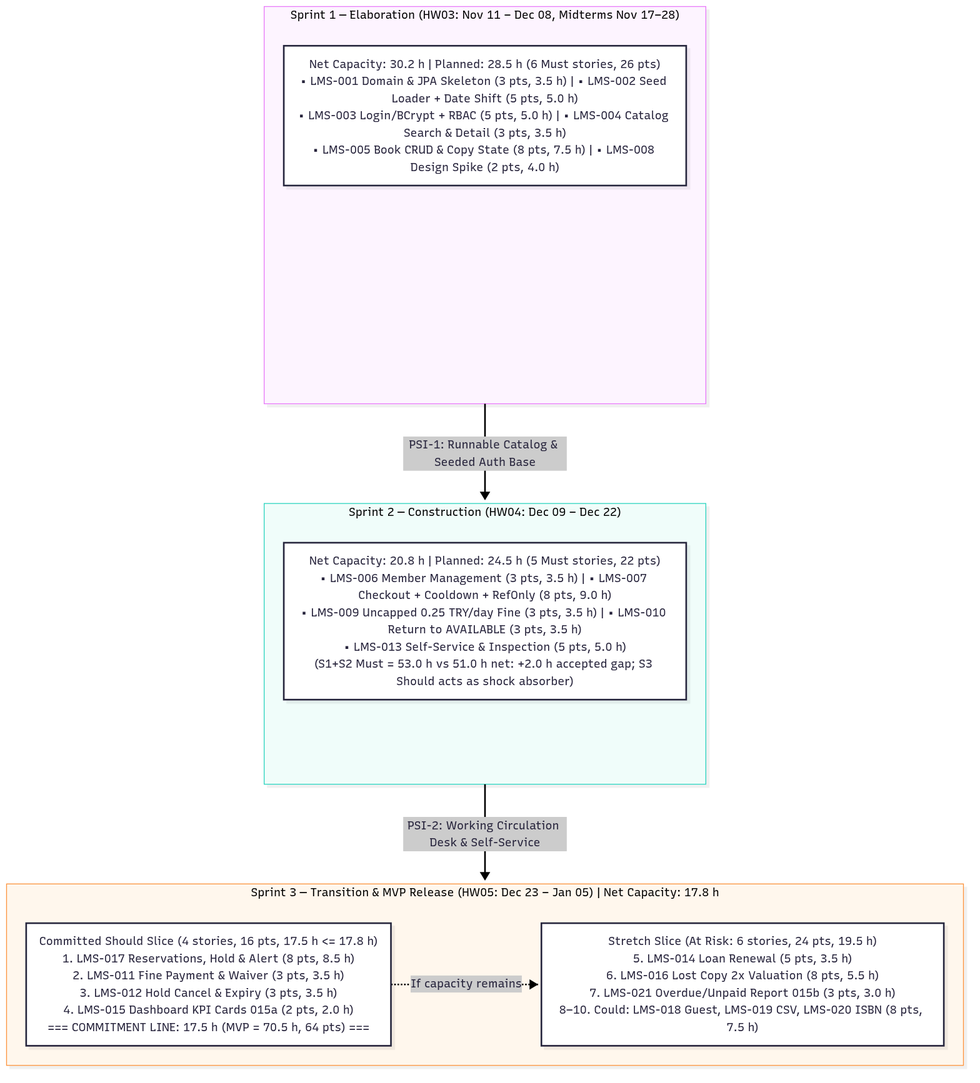
The Mermaid diagram docs/02-inception/images/sprint-roadmap.png in ibrahimtemur/cse305-library-management-system, before a commit. Its source is kept beside it as docs/02-inception/images/sprint-roadmap.mmd. Source of this version:
```mermaid
%%{init: {'flowchart': {'wrappingWidth': 460, 'nodeSpacing': 20, 'rankSpacing': 32}}}%%
flowchart TB
    subgraph S1["Sprint 1 — Elaboration (HW03: Nov 11 – Dec 08, Midterms Nov 17–28)"]
        S1_M["Net Capacity: 30.2 h | Planned: 28.5 h (6 Must stories, 26 pts)<br/>• LMS-001 Domain & JPA Skeleton (3 pts, 3.5 h) | • LMS-002 Seed Loader + Date Shift (5 pts, 5.0 h)<br/>• LMS-003 Login/BCrypt + RBAC (5 pts, 5.0 h) | • LMS-004 Catalog Search & Detail (3 pts, 3.5 h)<br/>• LMS-005 Book CRUD & Copy State (8 pts, 7.5 h) | • LMS-008 Design Spike (2 pts, 4.0 h)"]
    end

    subgraph S2["Sprint 2 — Construction (HW04: Dec 09 – Dec 22)"]
        S2_M["Net Capacity: 20.8 h | Planned: 24.5 h (5 Must stories, 22 pts)<br/>• LMS-006 Member Management (3 pts, 3.5 h) | • LMS-007 Checkout + Cooldown + RefOnly (8 pts, 9.0 h)<br/>• LMS-009 Uncapped 0.25 TRY/day Fine (3 pts, 3.5 h) | • LMS-010 Return to AVAILABLE (3 pts, 3.5 h)<br/>• LMS-013 Self-Service & Inspection (5 pts, 5.0 h)<br/>(S1+S2 Must = 53.0 h vs 51.0 h net: +2.0 h accepted gap; S3 Should acts as shock absorber)"]
    end

    subgraph S3["Sprint 3 — Transition & MVP Release (HW05: Dec 23 – Jan 05) | Net Capacity: 17.8 h"]
        direction LR
        S3_C["Committed Should Slice (4 stories, 16 pts, 17.5 h <= 17.8 h)<br/>1. LMS-017 Reservations, Hold & Alert (8 pts, 8.5 h)<br/>2. LMS-011 Fine Payment & Waiver (3 pts, 3.5 h)<br/>3. LMS-012 Hold Cancel & Expiry (3 pts, 3.5 h)<br/>4. LMS-015 Dashboard KPI Cards 015a (2 pts, 2.0 h)<br/>=== COMMITMENT LINE: 17.5 h (MVP = 70.5 h, 64 pts) ==="]
        S3_S["Stretch Slice (At Risk: 6 stories, 24 pts, 19.5 h)<br/>5. LMS-014 Loan Renewal (5 pts, 3.5 h)<br/>6. LMS-016 Lost Copy 2x Valuation (8 pts, 5.5 h)<br/>7. LMS-021 Overdue/Unpaid Report 015b (3 pts, 3.0 h)<br/>8–10. Could: LMS-018 Guest, LMS-019 CSV, LMS-020 ISBN (8 pts, 7.5 h)"]
        S3_C -.->|"If capacity remains"| S3_S
    end

    S1 -->|"PSI-1: Runnable Catalog & Seeded Auth Base"| S2
    S2 -->|"PSI-2: Working Circulation Desk & Self-Service"| S3
```
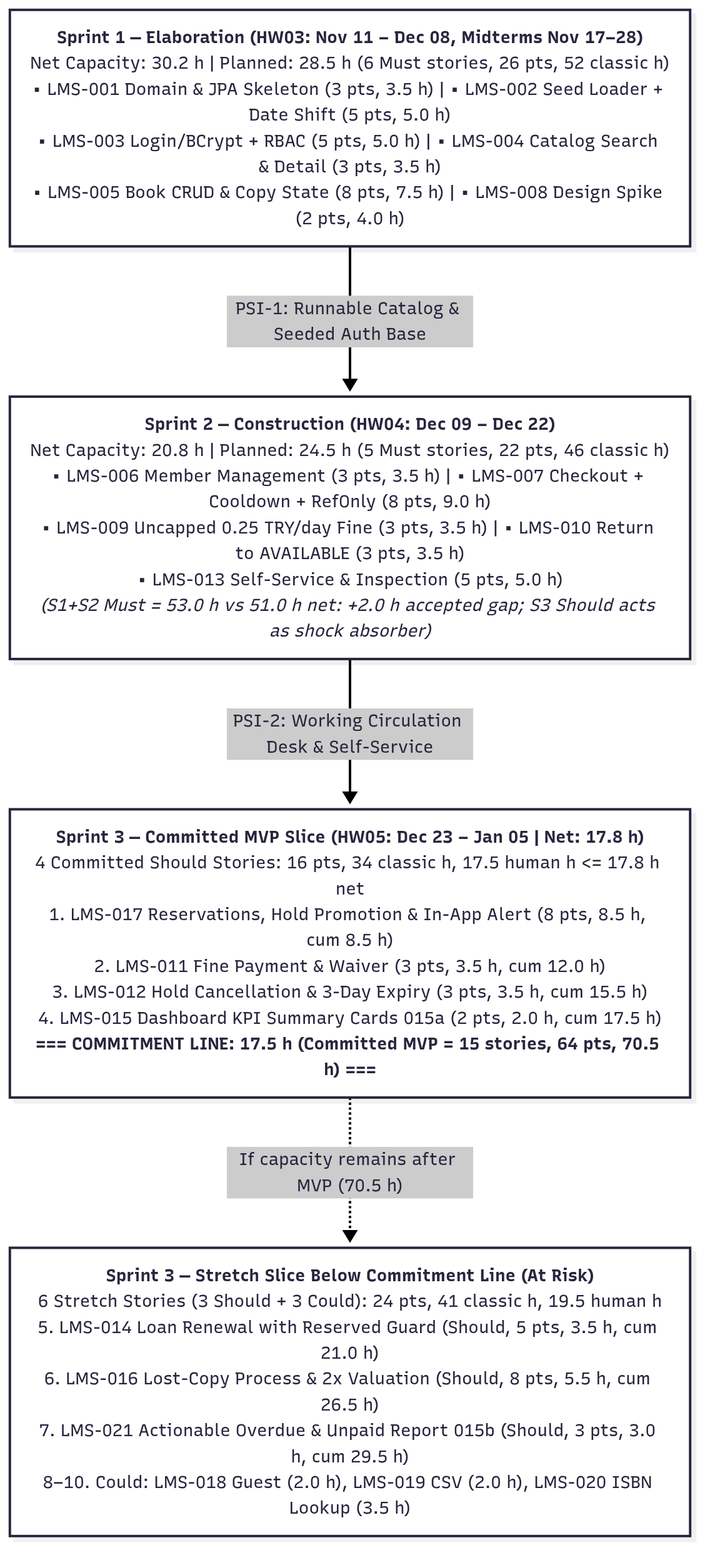
The same diagram one commit later.

Change to the diagram source:
```diff
@@ -1,19 +1,13 @@
-%%{init: {'flowchart': {'wrappingWidth': 460, 'nodeSpacing': 20, 'rankSpacing': 32}}}%%
+%%{init: {'flowchart': {'wrappingWidth': 520, 'nodeSpacing': 24, 'rankSpacing': 36}}}%%
 flowchart TB
-    subgraph S1["Sprint 1 — Elaboration (HW03: Nov 11 – Dec 08, Midterms Nov 17–28)"]
-        S1_M["Net Capacity: 30.2 h | Planned: 28.5 h (6 Must stories, 26 pts)<br/>• LMS-001 Domain & JPA Skeleton (3 pts, 3.5 h) | • LMS-002 Seed Loader + Date Shift (5 pts, 5.0 h)<br/>• LMS-003 Login/BCrypt + RBAC (5 pts, 5.0 h) | • LMS-004 Catalog Search & Detail (3 pts, 3.5 h)<br/>• LMS-005 Book CRUD & Copy State (8 pts, 7.5 h) | • LMS-008 Design Spike (2 pts, 4.0 h)"]
-    end
+    S1["<b>Sprint 1 — Elaboration (HW03: Nov 11 – Dec 08, Midterms Nov 17–28)</b><br/>Net Capacity: 30.2 h | Planned: 28.5 h (6 Must stories, 26 pts, 52 classic h)<br/>• LMS-001 Domain & JPA Skeleton (3 pts, 3.5 h) | • LMS-002 Seed Loader + Date Shift (5 pts, 5.0 h)<br/>• LMS-003 Login/BCrypt + RBAC (5 pts, 5.0 h) | • LMS-004 Catalog Search & Detail (3 pts, 3.5 h)<br/>• LMS-005 Book CRUD & Copy State (8 pts, 7.5 h) | • LMS-008 Design Spike (2 pts, 4.0 h)"]
 
-    subgraph S2["Sprint 2 — Construction (HW04: Dec 09 – Dec 22)"]
-        S2_M["Net Capacity: 20.8 h | Planned: 24.5 h (5 Must stories, 22 pts)<br/>• LMS-006 Member Management (3 pts, 3.5 h) | • LMS-007 Checkout + Cooldown + RefOnly (8 pts, 9.0 h)<br/>• LMS-009 Uncapped 0.25 TRY/day Fine (3 pts, 3.5 h) | • LMS-010 Return to AVAILABLE (3 pts, 3.5 h)<br/>• LMS-013 Self-Service & Inspection (5 pts, 5.0 h)<br/>(S1+S2 Must = 53.0 h vs 51.0 h net: +2.0 h accepted gap; S3 Should acts as shock absorber)"]
-    end
+    S2["<b>Sprint 2 — Construction (HW04: Dec 09 – Dec 22)</b><br/>Net Capacity: 20.8 h | Planned: 24.5 h (5 Must stories, 22 pts, 46 classic h)<br/>• LMS-006 Member Management (3 pts, 3.5 h) | • LMS-007 Checkout + Cooldown + RefOnly (8 pts, 9.0 h)<br/>• LMS-009 Uncapped 0.25 TRY/day Fine (3 pts, 3.5 h) | • LMS-010 Return to AVAILABLE (3 pts, 3.5 h)<br/>• LMS-013 Self-Service & Inspection (5 pts, 5.0 h)<br/><i>(S1+S2 Must = 53.0 h vs 51.0 h net: +2.0 h accepted gap; S3 Should acts as shock absorber)</i>"]
 
-    subgraph S3["Sprint 3 — Transition & MVP Release (HW05: Dec 23 – Jan 05) | Net Capacity: 17.8 h"]
-        direction LR
-        S3_C["Committed Should Slice (4 stories, 16 pts, 17.5 h <= 17.8 h)<br/>1. LMS-017 Reservations, Hold & Alert (8 pts, 8.5 h)<br/>2. LMS-011 Fine Payment & Waiver (3 pts, 3.5 h)<br/>3. LMS-012 Hold Cancel & Expiry (3 pts, 3.5 h)<br/>4. LMS-015 Dashboard KPI Cards 015a (2 pts, 2.0 h)<br/>=== COMMITMENT LINE: 17.5 h (MVP = 70.5 h, 64 pts) ==="]
-        S3_S["Stretch Slice (At Risk: 6 stories, 24 pts, 19.5 h)<br/>5. LMS-014 Loan Renewal (5 pts, 3.5 h)<br/>6. LMS-016 Lost Copy 2x Valuation (8 pts, 5.5 h)<br/>7. LMS-021 Overdue/Unpaid Report 015b (3 pts, 3.0 h)<br/>8–10. Could: LMS-018 Guest, LMS-019 CSV, LMS-020 ISBN (8 pts, 7.5 h)"]
-        S3_C -.->|"If capacity remains"| S3_S
-    end
+    S3_C["<b>Sprint 3 — Committed MVP Slice (HW05: Dec 23 – Jan 05 | Net: 17.8 h)</b><br/>4 Committed Should Stories: 16 pts, 34 classic h, 17.5 human h &lt;= 17.8 h net<br/>1. LMS-017 Reservations, Hold Promotion &amp; In-App Alert (8 pts, 8.5 h, cum 8.5 h)<br/>2. LMS-011 Fine Payment &amp; Waiver (3 pts, 3.5 h, cum 12.0 h)<br/>3. LMS-012 Hold Cancellation &amp; 3-Day Expiry (3 pts, 3.5 h, cum 15.5 h)<br/>4. LMS-015 Dashboard KPI Summary Cards 015a (2 pts, 2.0 h, cum 17.5 h)<br/><b>=== COMMITMENT LINE: 17.5 h (Committed MVP = 15 stories, 64 pts, 70.5 h) ===</b>"]
+
+    S3_S["<b>Sprint 3 — Stretch Slice Below Commitment Line (At Risk)</b><br/>6 Stretch Stories (3 Should + 3 Could): 24 pts, 41 classic h, 19.5 human h<br/>5. LMS-014 Loan Renewal with Reserved Guard (Should, 5 pts, 3.5 h, cum 21.0 h)<br/>6. LMS-016 Lost-Copy Process &amp; 2x Valuation (Should, 8 pts, 5.5 h, cum 26.5 h)<br/>7. LMS-021 Actionable Overdue &amp; Unpaid Report 015b (Should, 3 pts, 3.0 h, cum 29.5 h)<br/>8–10. Could: LMS-018 Guest (2.0 h), LMS-019 CSV (2.0 h), LMS-020 ISBN Lookup (3.5 h)"]
 
     S1 -->|"PSI-1: Runnable Catalog & Seeded Auth Base"| S2
-    S2 -->|"PSI-2: Working Circulation Desk & Self-Service"| S3
+    S2 -->|"PSI-2: Working Circulation Desk & Self-Service"| S3_C
+    S3_C -.->|"If capacity remains after MVP (70.5 h)"| S3_S
```
